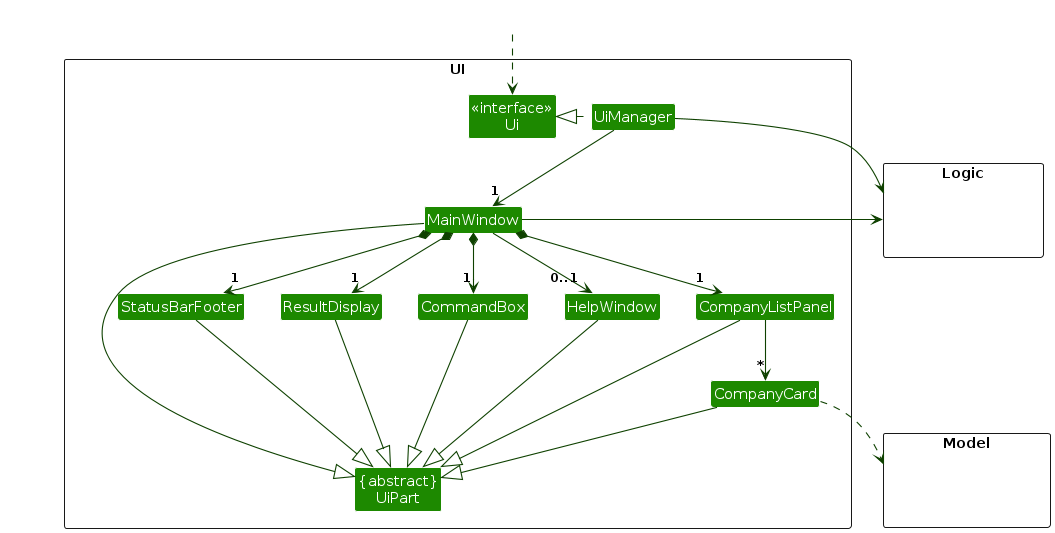
Earlier version of the PlantUML export diagrams/UiClassDiagram.png (AY2324S2-CS2103T-T13-2/tp). Its source is kept beside it as diagrams/UiClassDiagram.puml. Its diagram source:
```plantuml
@startuml
!include style.puml
skinparam arrowThickness 1.1
skinparam arrowColor UI_COLOR_T4
skinparam classBackgroundColor UI_COLOR

package UI <<Rectangle>>{
Class "<<interface>>\nUi" as Ui
Class "{abstract}\nUiPart" as UiPart
Class UiManager
Class MainWindow
Class HelpWindow
Class ResultDisplay
Class CompanyListPanel
Class CompanyCard
Class StatusBarFooter
Class CommandBox
}

package Model <<Rectangle>> {
Class HiddenModel #FFFFFF
}

package Logic <<Rectangle>> {
Class HiddenLogic #FFFFFF
}

Class HiddenOutside #FFFFFF
HiddenOutside ..> Ui

UiManager .left.|> Ui
UiManager -down-> "1" MainWindow
MainWindow *-down->  "1" CommandBox
MainWindow *-down-> "1" ResultDisplay
MainWindow *-down-> "1" CompanyListPanel
MainWindow *-down-> "1" StatusBarFooter
MainWindow --> "0..1" HelpWindow

CompanyListPanel -down-> "*" CompanyCard

MainWindow -left-|> UiPart

ResultDisplay --|> UiPart
CommandBox --|> UiPart
CompanyListPanel --|> UiPart
CompanyCard --|> UiPart
StatusBarFooter --|> UiPart
HelpWindow --|> UiPart

CompanyCard ..> Model
UiManager -right-> Logic
MainWindow -left-> Logic

CompanyListPanel -[hidden]left- HelpWindow
HelpWindow -[hidden]left- CommandBox
CommandBox -[hidden]left- ResultDisplay
ResultDisplay -[hidden]left- StatusBarFooter

MainWindow -[hidden]-|> UiPart
@enduml
```
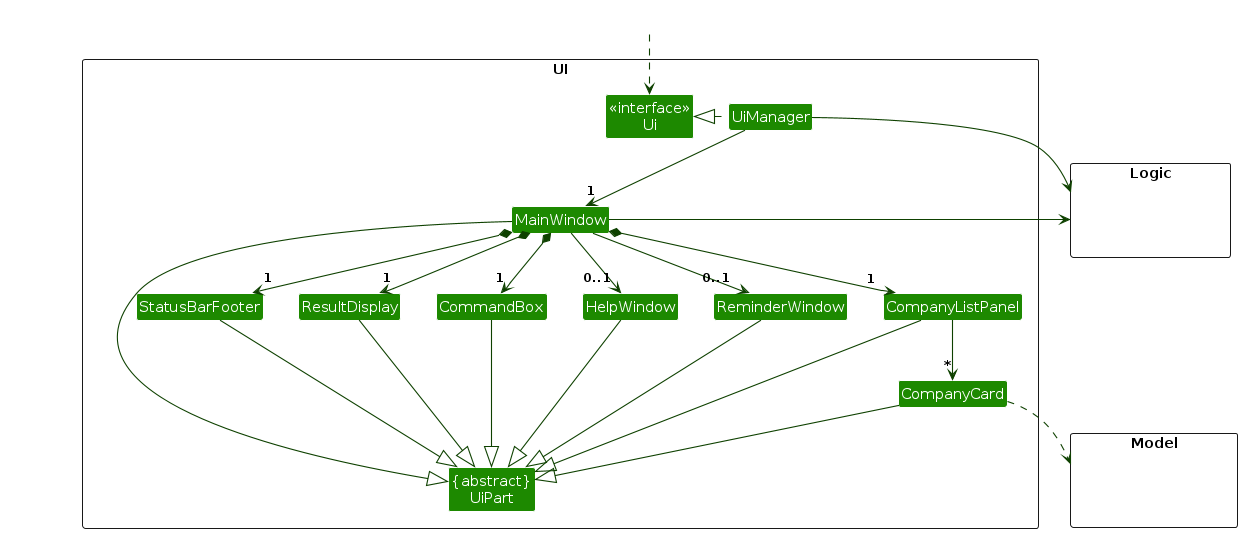
After the commit.

Diff of the diagram source:
```diff
@@ -10,6 +10,7 @@
 Class UiManager
 Class MainWindow
 Class HelpWindow
+Class ReminderWindow
 Class ResultDisplay
 Class CompanyListPanel
 Class CompanyCard
@@ -30,10 +31,12 @@
 
 UiManager .left.|> Ui
 UiManager -down-> "1" MainWindow
+
 MainWindow *-down->  "1" CommandBox
+MainWindow --> "0..1" ReminderWindow
 MainWindow *-down-> "1" ResultDisplay
+MainWindow *-down-> "1" StatusBarFooter
 MainWindow *-down-> "1" CompanyListPanel
-MainWindow *-down-> "1" StatusBarFooter
 MainWindow --> "0..1" HelpWindow
 
 CompanyListPanel -down-> "*" CompanyCard
@@ -46,6 +49,7 @@
 CompanyCard --|> UiPart
 StatusBarFooter --|> UiPart
 HelpWindow --|> UiPart
+ReminderWindow --|> UiPart
 
 CompanyCard ..> Model
 UiManager -right-> Logic
@@ -55,6 +59,7 @@
 HelpWindow -[hidden]left- CommandBox
 CommandBox -[hidden]left- ResultDisplay
 ResultDisplay -[hidden]left- StatusBarFooter
+ReminderWindow -[hidden]left- HelpWindow
 
 MainWindow -[hidden]-|> UiPart
 @enduml
```
